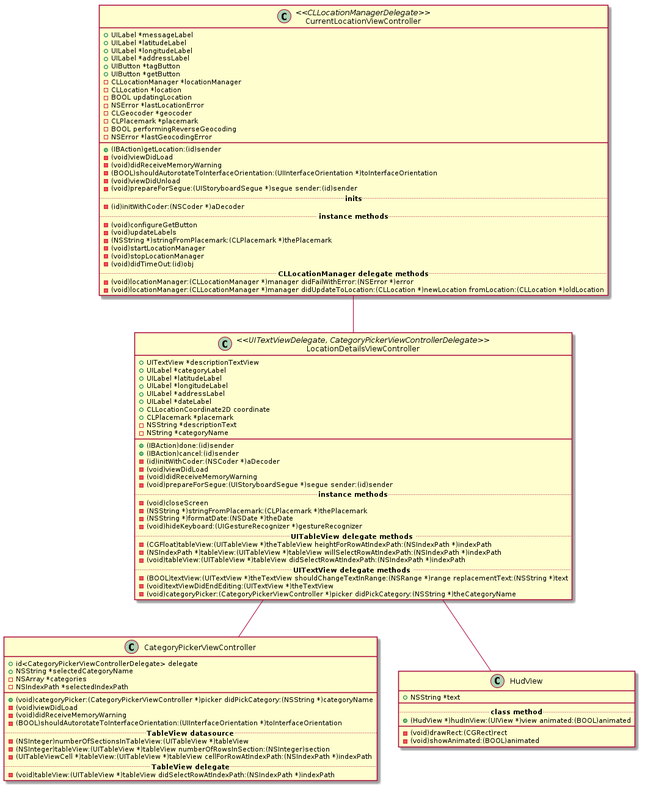
Before: UML/Diagrams/class_diagram.png, a diagram exported from PlantUML (jpcarreira/MyLocations). Its diagram source:
```plantuml
@startuml
CurrentLocationViewController -- LocationDetailsViewController
LocationDetailsViewController -- CategoryPickerViewController
LocationDetailsViewController -- HudView

class CurrentLocationViewController<<CLLocationManagerDelegate>>{
	+UILabel *messageLabel
	+UILabel *latitudeLabel
	+UILabel *longitudeLabel
	+UILabel *addressLabel
	+UIButton *tagButton
	+UIButton *getButton
	-CLLocationManager *locationManager
	-CLLocation *location
	-BOOL updatingLocation
	-NSError *lastLocationError
	-CLGeocoder *geocoder
	-CLPlacemark *placemark
	-BOOL performingReverseGeocoding
	-NSError *lastGeocodingError
	__
	+(IBAction)getLocation:(id)sender
	-(void)viewDidLoad
	-(void)didReceiveMemoryWarning
	-(BOOL)shouldAutorotateToInterfaceOrientation:(UIInterfaceOrientation *)toInterfaceOrientation
	-(void)viewDidUnload
	-(void)prepareForSegue:(UIStoryboardSegue *)segue sender:(id)sender
	.. <b>inits</b> ..
	-(id)initWithCoder:(NSCoder *)aDecoder
	.. <b>instance methods</b> ..
	-(void)configureGetButton
	-(void)updateLabels
	-(NSString *)stringFromPlacemark:(CLPlacemark *)thePlacemark
	-(void)startLocationManager
	-(void)stopLocationManager
	-(void)didTimeOut:(id)obj
	.. <b>CLLocationManager delegate methods</b> ..
	-(void)locationManager:(CLLocationManager *)manager didFailWithError:(NSError *)error
	-(void)locationManager:(CLLocationManager *)manager didUpdateToLocation:(CLLocation *)newLocation fromLocation:(CLLocation *)oldLocation
}

class LocationDetailsViewController<<UITextViewDelegate, CategoryPickerViewControllerDelegate>>{
	+UITextView *descriptionTextView
	+UILabel *categoryLabel
	+UILabel *latitudeLabel
	+UILabel *longitudeLabel
	+UILabel *addressLabel
	+UILabel *dateLabel
	+CLLocationCoordinate2D coordinate
	+CLPlacemark *placemark
	-NSString *descriptionText
	-NString *categoryName
	__
	+(IBAction)done:(id)sender
	+(IBAction)cancel:(id)sender
	-(id)initWithCoder:(NSCoder *)aDecoder
	-(void)viewDidLoad
	-(void)didReceiveMemoryWarning
	-(void)prepareForSegue:(UIStoryboardSegue *)segue sender:(id)sender
	.. <b>instance methods</b> ..
	-(void)closeScreen
	-(NSString *)stringFromPlacemark:(CLPlacemark *)thePlacemark
	-(NSString *)formatDate:(NSDate *)theDate
	-(void)hideKeyboard:(UIGestureRecognizer *)gestureRecognizer
	.. <b>UITableView delegate methods </b> ..
	-(CGFloat)tableView:(UITableView *)theTableView heightForRowAtIndexPath:(NSIndexPath *)indexPath
	-(NSIndexPath *)tableView:(UITableView *)tableView willSelectRowAtIndexPath:(NSIndexPath *)indexPath
	-(void)tableView:(UITableView *)tableView didSelectRowAtIndexPath:(NSIndexPath *)indexPath
	.. <b>UITextView delegate methods </b> ..
	-(BOOL)textView:(UITextView *)theTextView shouldChangeTextInRange:(NSRange *)range replacementText:(NSString *)text
	-(void)textViewDidEndEditing:(UITextView *)theTextView
	-(void)categoryPicker:(CategoryPickerViewController *)picker didPickCategory:(NSString *)theCategoryName
}

class CategoryPickerViewController{
	+id<CategoryPickerViewControllerDelegate> delegate
	+NSString *selectedCategoryName
	-NSArray *categories
	-NSIndexPath *selectedIndexPath
	__
	+(void)categoryPicker:(CategoryPickerViewController *)picker didPickCategory:(NSString *)categoryName
	-(void)viewDidLoad
	-(void)didReceiveMemoryWarning
	-(BOOL)shouldAutorotateToInterfaceOrientation:(UIInterfaceOrientation *)toInterfaceOrientation
	.. <b>TableView datasource</b> ..
	-(NSInteger)numberOfSectionsInTableView:(UITableView *)tableView
	-(NSInteger)tableView:(UITableView *)tableView numberOfRowsInSection:(NSInteger)section
	-(UITableViewCell *)tableView:(UITableView *)tableView cellForRowAtIndexPath:(NSIndexPath *)indexPath
	.. <b>TableView delegate</b> ..
	-(void)tableView:(UITableView *)tableView didSelectRowAtIndexPath:(NSIndexPath *)indexPath
}

class HudView{
	+NSString *text
	__
	.. <b>class method</b> ..
	+(HudView *)hudInView:(UIView *)view animated:(BOOL)animated
	__
	-(void)drawRect:(CGRect)rect
	-(void)showAnimated:(BOOL)animated
}
@enduml
```
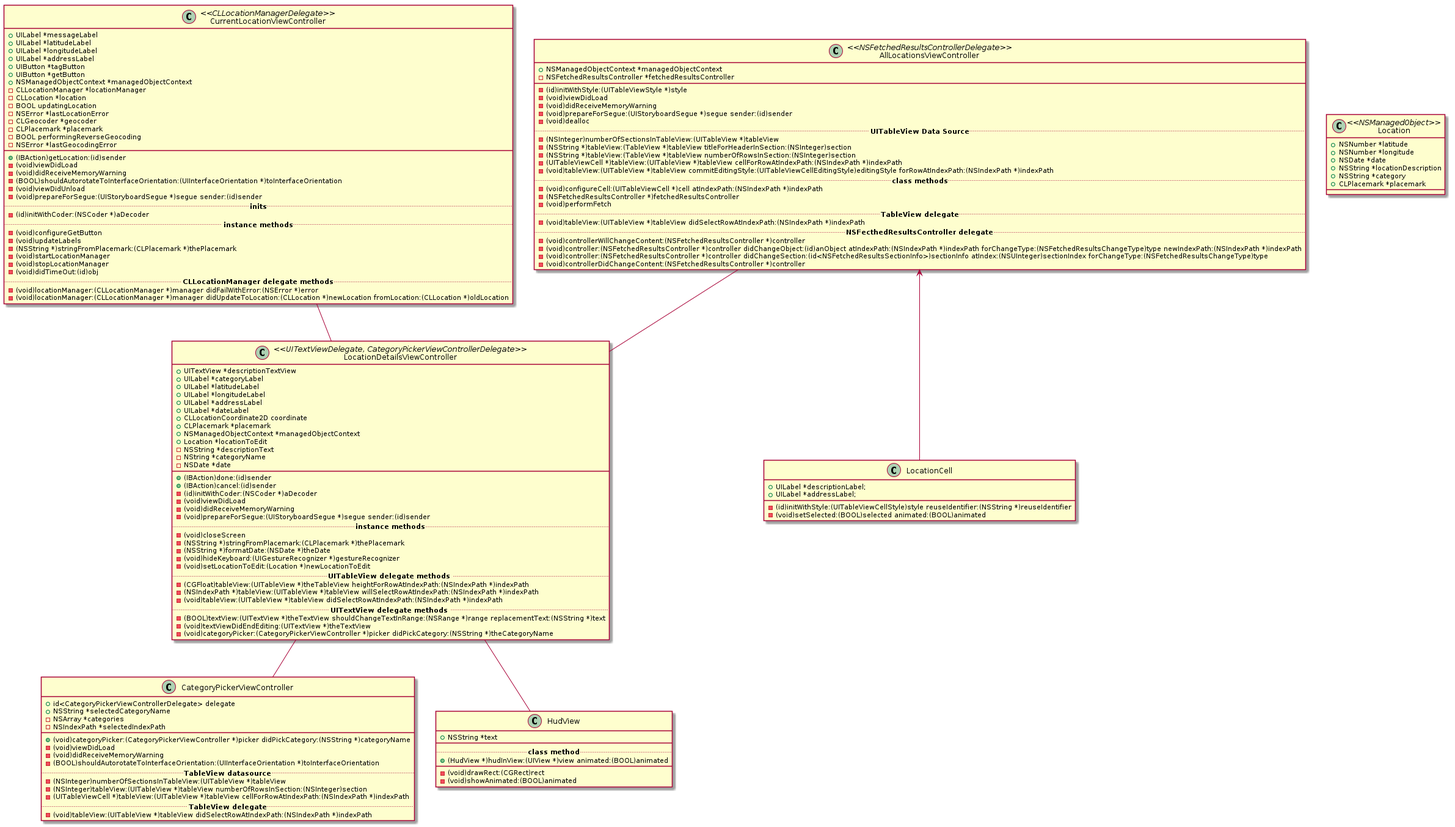
The same diagram one commit later.

Commit message:
updated class diagram

What changed in the source:
```diff
@@ -1,7 +1,9 @@
 @startuml
 CurrentLocationViewController -- LocationDetailsViewController
+AllLocationsViewController -- LocationDetailsViewController
 LocationDetailsViewController -- CategoryPickerViewController
 LocationDetailsViewController -- HudView
+AllLocationsViewController <-- LocationCell
 
 class CurrentLocationViewController<<CLLocationManagerDelegate>>{
 	+UILabel *messageLabel
@@ -10,6 +12,7 @@
 	+UILabel *addressLabel
 	+UIButton *tagButton
 	+UIButton *getButton
+	+NSManagedObjectContext *managedObjectContext
 	-CLLocationManager *locationManager
 	-CLLocation *location
 	-BOOL updatingLocation
@@ -48,8 +51,11 @@
 	+UILabel *dateLabel
 	+CLLocationCoordinate2D coordinate
 	+CLPlacemark *placemark
+	+NSManagedObjectContext *managedObjectContext
+	+Location *locationToEdit
 	-NSString *descriptionText
 	-NString *categoryName
+	-NSDate *date
 	__
 	+(IBAction)done:(id)sender
 	+(IBAction)cancel:(id)sender
@@ -62,6 +68,7 @@
 	-(NSString *)stringFromPlacemark:(CLPlacemark *)thePlacemark
 	-(NSString *)formatDate:(NSDate *)theDate
 	-(void)hideKeyboard:(UIGestureRecognizer *)gestureRecognizer
+	-(void)setLocationToEdit:(Location *)newLocationToEdit
 	.. <b>UITableView delegate methods </b> ..
 	-(CGFloat)tableView:(UITableView *)theTableView heightForRowAtIndexPath:(NSIndexPath *)indexPath
 	-(NSIndexPath *)tableView:(UITableView *)tableView willSelectRowAtIndexPath:(NSIndexPath *)indexPath
@@ -99,4 +106,49 @@
 	-(void)drawRect:(CGRect)rect
 	-(void)showAnimated:(BOOL)animated
 }
+
+class AllLocationsViewController<<NSFetchedResultsControllerDelegate>>{
+	+NSManagedObjectContext *managedObjectContext
+	-NSFetchedResultsController *fetchedResultsController
+	__
+	-(id)initWithStyle:(UITableViewStyle *)style
+	-(void)viewDidLoad
+	-(void)didReceiveMemoryWarning
+	-(void)prepareForSegue:(UIStoryboardSegue *)segue sender:(id)sender
+	-(void)dealloc
+	.. <b>UITableView Data Source</b> ..
+	-(NSInteger)numberOfSectionsInTableView:(UITableView *)tableView
+	-(NSString *)tableView:(TableView *)tableView titleForHeaderInSection:(NSInteger)section
+	-(NSString *)tableView:(TableView *)tableView numberOfRowsInSection:(NSInteger)section
+	-(UITableViewCell *)tableView:(UITableView *)tableView cellForRowAtIndexPath:(NSIndexPath *)indexPath
+	-(void)tableView:(UITableView *)tableView commitEditingStyle:(UITableViewCellEditingStyle)editingStyle forRowAtIndexPath:(NSIndexPath *)indexPath
+	.. <b>class methods</b> ..
+	-(void)configureCell:(UITableViewCell *)cell atIndexPath:(NSIndexPath *)indexPath
+	-(NSFetchedResultsController *)fetchedResultsController
+	-(void)performFetch
+	.. <b>TableView delegate</b> ..
+	-(void)tableView:(UITableView *)tableView didSelectRowAtIndexPath:(NSIndexPath *)indexPath
+	.. <b>NSFecthedResultsController delegate</b> ..
+	-(void)controllerWillChangeContent:(NSFetchedResultsController *)controller
+	-(void)controller:(NSFetchedResultsController *)controller didChangeObject:(id)anObject atIndexPath:(NSIndexPath *)indexPath forChangeType:(NSFetchedResultsChangeType)type newIndexPath:(NSIndexPath *)indexPath
+	-(void)controller:(NSFetchedResultsController *)controller didChangeSection:(id<NSFetchedResultsSectionInfo>)sectionInfo atIndex:(NSUInteger)sectionIndex forChangeType:(NSFetchedResultsChangeType)type
+	-(void)controllerDidChangeContent:(NSFetchedResultsController *)controller
+}
+
+class Location<<NSManagedObject>>{
+	+NSNumber *latitude
+	+NSNumber *longitude
+	+NSDate *date
+	+NSString *locationDescription
+	+NSString *category
+	+CLPlacemark *placemark
+}
+
+class LocationCell{
+	+UILabel *descriptionLabel;
+	+UILabel *addressLabel;
+	__
+	- (id)initWithStyle:(UITableViewCellStyle)style reuseIdentifier:(NSString *)reuseIdentifier
+	- (void)setSelected:(BOOL)selected animated:(BOOL)animated
+}
 @enduml
```
